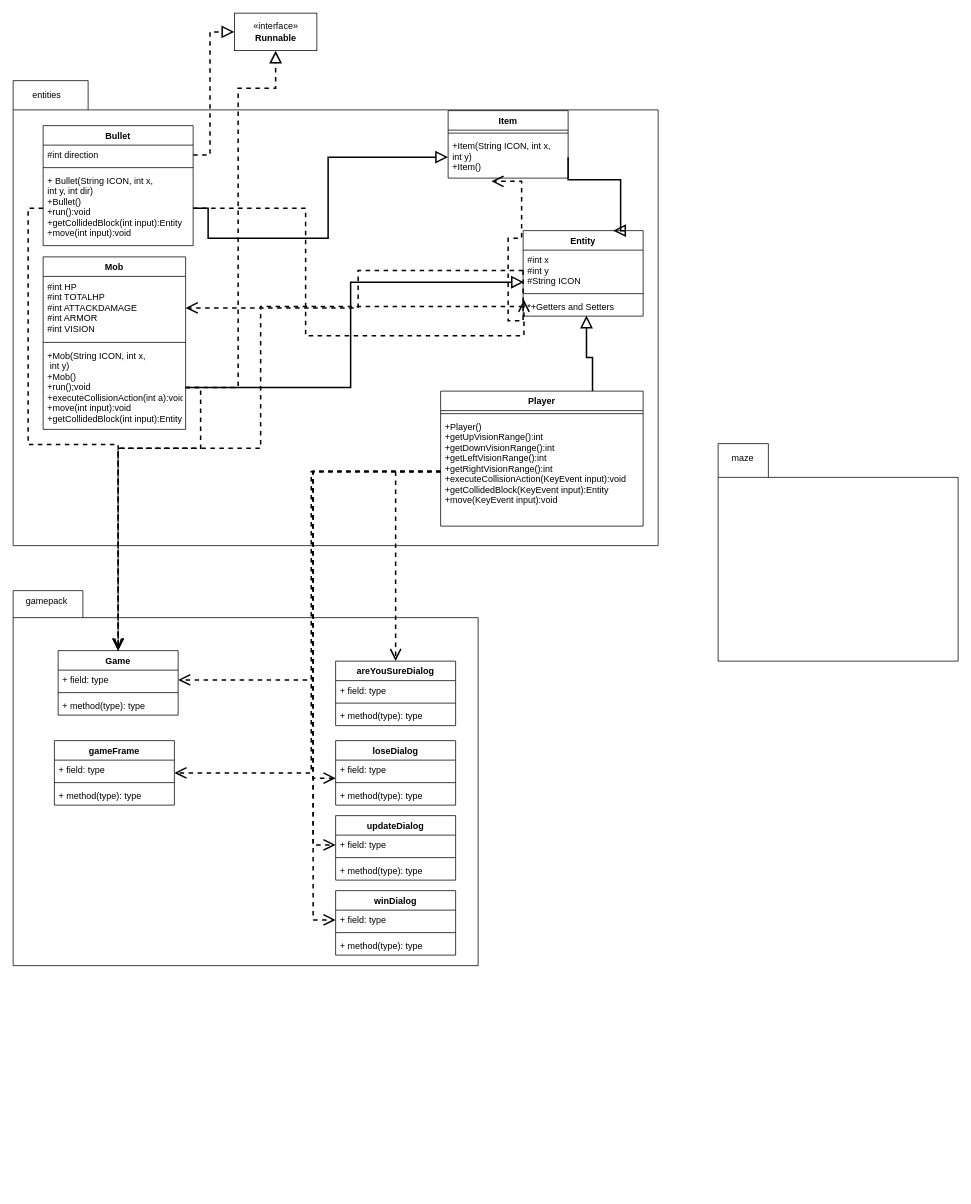
The draw.io diagram MazeRunnerDiagram.drawio in Sebulon/Analyzing_Maze_Runner, before the edit. Source tidied: cells renumbered, new cells numbered last; positions are measured from the earlier drawing's top-left corner, leaving out a move shared by most shapes. Both pictures are drawn from the tidied source at 75%, with x=0, y=0 at pixel (13, 13).
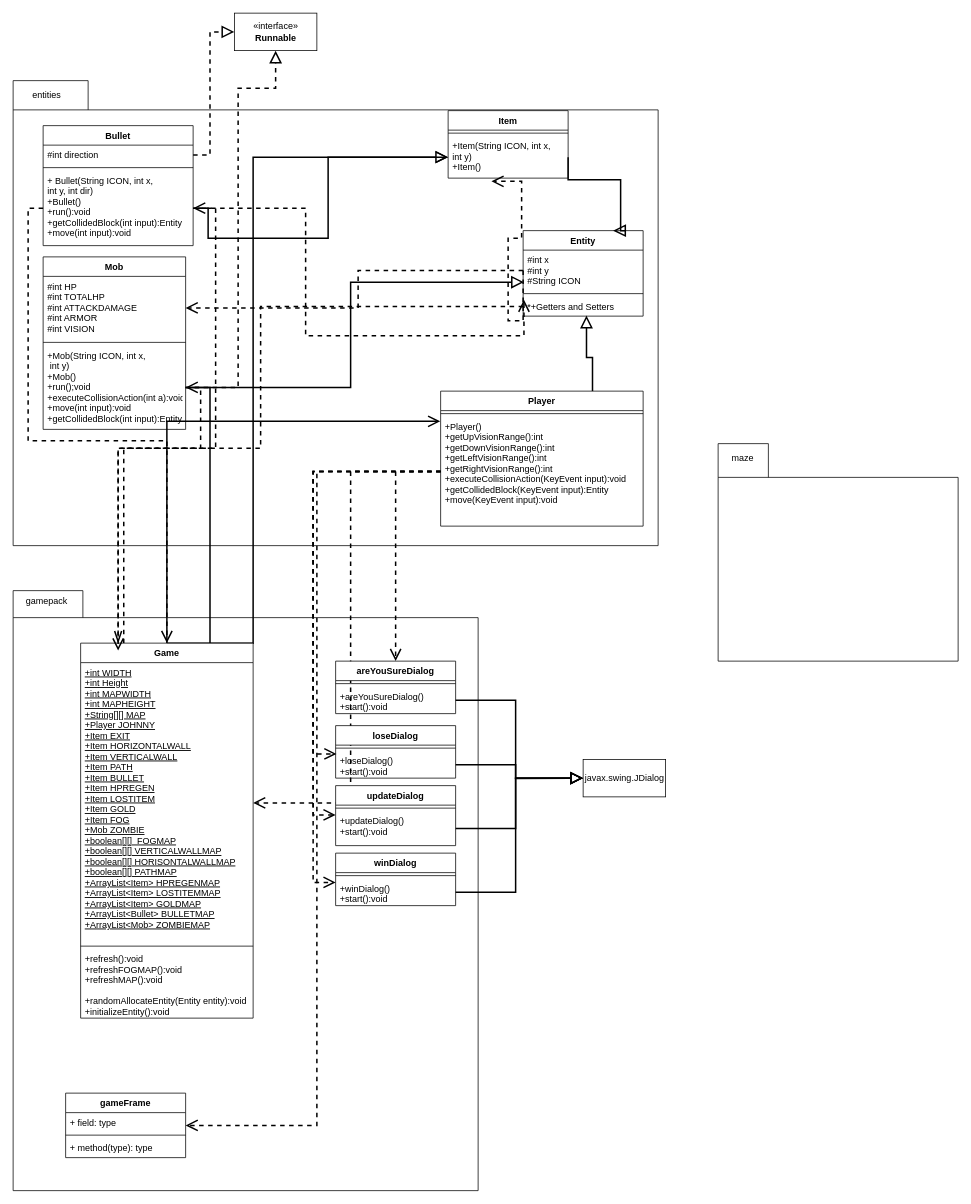
After the change.

Commit message:
Added Game and some dialogs

The change refers to these unchanged cells:
```xml
<mxCell id="12" value="+ Bullet(String ICON, int x, &#10;int y, int dir)&#10;+Bullet()&#10;+run():void&#10;+getCollidedBlock(int input):Entity&#10;+move(int input):void" style="text;strokeColor=none;fillColor=none;align=left;verticalAlign=top;spacingLeft=4;spacingRight=4;overflow=hidden;points=[[0,0.5],[1,0.5]];portConstraint=eastwest;" parent="9" vertex="1">
  <mxGeometry y="60" width="200" height="100" as="geometry" />
</mxCell>
<mxCell id="16" value="+Item(String ICON, int x,&#10;int y)&#10;+Item()" style="text;strokeColor=none;fillColor=none;align=left;verticalAlign=top;spacingLeft=4;spacingRight=4;overflow=hidden;points=[[0,0.5],[1,0.5]];portConstraint=eastwest;" parent="14" vertex="1">
  <mxGeometry y="34" width="160" height="56" as="geometry" />
</mxCell>
<mxCell id="32" value="+Mob(String ICON, int x,&#10; int y)&#10;+Mob()&#10;+run();void&#10;+executeCollisionAction(int a):void&#10;+move(int input):void&#10;+getCollidedBlock(int input):Entity" style="text;strokeColor=none;fillColor=none;align=left;verticalAlign=top;spacingLeft=4;spacingRight=4;overflow=hidden;points=[[0,0.5],[1,0.5]];portConstraint=eastwest;" parent="29" vertex="1">
  <mxGeometry y="118" width="190" height="112" as="geometry" />
</mxCell>
<mxCell id="42" value="+Player()&#10;+getUpVisionRange():int&#10;+getDownVisionRange():int&#10;+getLeftVisionRange():int&#10;+getRightVisionRange():int&#10;+executeCollisionAction(KeyEvent input):void&#10;+getCollidedBlock(KeyEvent input):Entity&#10;+move(KeyEvent input):void" style="text;strokeColor=none;fillColor=none;align=left;verticalAlign=top;spacingLeft=4;spacingRight=4;overflow=hidden;points=[[0,0.5],[1,0.5]];portConstraint=eastwest;" parent="40" vertex="1">
  <mxGeometry y="34" width="270" height="146" as="geometry" />
</mxCell>
```

What changed in the source:
```diff
@@
     <mxCell id="4" style="shape=folder;fontStyle=1;spacingTop=10;tabWidth=93;tabHeight=36;tabPosition=left;html=1;" parent="1" vertex="1">
-      <mxGeometry y="770" width="620" height="500" as="geometry" />
+      <mxGeometry y="770" width="620" height="800" as="geometry" />
     </mxCell>
@@
+    <mxCell id="69" style="edgeStyle=orthogonalEdgeStyle;rounded=0;jumpSize=6;jettySize=auto;html=1;exitX=0.5;exitY=0;exitDx=0;exitDy=0;entryX=-0.002;entryY=0.043;entryDx=0;entryDy=0;entryPerimeter=0;endArrow=open;endFill=0;endSize=12;targetPerimeterSpacing=0;strokeWidth=2;" parent="1" edge="1" source="18" target="42">
+      <mxGeometry relative="1" as="geometry" />
+    </mxCell>
+    <mxCell id="70" style="edgeStyle=orthogonalEdgeStyle;rounded=0;jumpSize=6;jettySize=auto;html=1;exitX=0.5;exitY=0;exitDx=0;exitDy=0;endArrow=open;endFill=0;endSize=12;targetPerimeterSpacing=0;strokeWidth=2;" parent="1" edge="1" source="18" target="16">
+      <mxGeometry relative="1" as="geometry">
+        <Array as="points">
+          <mxPoint x="320" y="840" />
+          <mxPoint x="320" y="192" />
+        </Array>
+      </mxGeometry>
+    </mxCell>
+    <mxCell id="71" style="edgeStyle=orthogonalEdgeStyle;rounded=0;jumpSize=6;jettySize=auto;html=1;exitX=0.75;exitY=0;exitDx=0;exitDy=0;endArrow=open;endFill=0;endSize=12;targetPerimeterSpacing=0;strokeWidth=2;" parent="1" edge="1" source="18" target="32">
+      <mxGeometry relative="1" as="geometry" />
+    </mxCell>
+    <mxCell id="72" style="edgeStyle=orthogonalEdgeStyle;rounded=0;jumpSize=6;jettySize=auto;html=1;exitX=0.25;exitY=0;exitDx=0;exitDy=0;endArrow=open;endFill=0;endSize=12;targetPerimeterSpacing=0;strokeWidth=2;dashed=1;" parent="1" edge="1" source="18" target="12">
+      <mxGeometry relative="1" as="geometry" />
+    </mxCell>
     <mxCell id="18" value="Game" style="swimlane;fontStyle=1;align=center;verticalAlign=top;horizontal=1;startSize=26;" parent="1" vertex="1">
-      <mxGeometry x="60" y="850" width="160" height="86" as="geometry" />
+      <mxGeometry x="90" y="840" width="230" height="500" as="geometry" />
     </mxCell>
-    <mxCell id="19" value="+ field: type" style="text;strokeColor=none;fillColor=none;align=left;verticalAlign=top;spacingLeft=4;spacingRight=4;overflow=hidden;points=[[0,0.5],[1,0.5]];portConstraint=eastwest;" parent="18" vertex="1">
-      <mxGeometry y="26" width="160" height="26" as="geometry" />
+    <mxCell id="19" value="+int WIDTH&#10;+int Height&#10;+int MAPWIDTH&#10;+int MAPHEIGHT&#10;+String[][] MAP&#10;+Player JOHNNY&#10;+Item EXIT&#10;+Item HORIZONTALWALL&#10;+Item VERTICALWALL&#10;+Item PATH&#10;+Item BULLET&#10;+Item HPREGEN&#10;+Item LOSTITEM&#10;+Item GOLD&#10;+Item FOG&#10;+Mob ZOMBIE&#10;+boolean[][]  FOGMAP&#10;+boolean[][] VERTICALWALLMAP&#10;+boolean[][] HORISONTALWALLMAP&#10;+boolean[][] PATHMAP&#10;+ArrayList&lt;Item&gt; HPREGENMAP&#10;+ArrayList&lt;Item&gt; LOSTITEMMAP&#10;+ArrayList&lt;Item&gt; GOLDMAP&#10;+ArrayList&lt;Bullet&gt; BULLETMAP&#10;+ArrayList&lt;Mob&gt; ZOMBIEMAP" style="text;strokeColor=none;fillColor=none;align=left;verticalAlign=top;spacingLeft=4;spacingRight=4;overflow=hidden;points=[[0,0.5],[1,0.5]];portConstraint=eastwest;fontStyle=4;" parent="18" vertex="1">
+      <mxGeometry y="26" width="230" height="374" as="geometry" />
     </mxCell>
     <mxCell id="20" style="line;strokeWidth=1;fillColor=none;align=left;verticalAlign=middle;spacingTop=-1;spacingLeft=3;spacingRight=3;labelPosition=right;" parent="18" vertex="1">
-      <mxGeometry y="52" width="160" height="8" as="geometry" />
+      <mxGeometry y="400" width="230" height="8" as="geometry" />
     </mxCell>
-    <mxCell id="21" value="+ method(type): type" style="text;strokeColor=none;fillColor=none;align=left;verticalAlign=top;spacingLeft=4;spacingRight=4;overflow=hidden;" parent="18" vertex="1">
-      <mxGeometry y="60" width="160" height="26" as="geometry" />
+    <mxCell id="21" value="+refresh():void&#10;+refreshFOGMAP():void&#10;+refreshMAP():void&#10;&#10;+randomAllocateEntity(Entity entity):void&#10;+initializeEntity():void" style="text;strokeColor=none;fillColor=none;align=left;verticalAlign=top;spacingLeft=4;spacingRight=4;overflow=hidden;fontStyle=0;" parent="18" vertex="1">
+      <mxGeometry y="408" width="230" height="92" as="geometry" />
     </mxCell>
@@
-    <mxCell id="36" style="edgeStyle=orthogonalEdgeStyle;rounded=0;jumpSize=6;jettySize=auto;html=1;exitX=1;exitY=0.5;exitDx=0;exitDy=0;dashed=1;endArrow=openThin;endFill=0;endSize=12;targetPerimeterSpacing=0;strokeWidth=2;" parent="1" edge="1" source="32">
+    <mxCell id="36" style="edgeStyle=orthogonalEdgeStyle;rounded=0;jumpSize=6;jettySize=auto;html=1;exitX=1;exitY=0.5;exitDx=0;exitDy=0;dashed=1;endArrow=openThin;endFill=0;endSize=12;targetPerimeterSpacing=0;strokeWidth=2;" parent="1" edge="1" source="32" target="18">
       <mxGeometry relative="1" as="geometry">
-        <mxPoint x="140" y="850" as="targetPoint" />
         <Array as="points">
           <mxPoint x="250" y="499" />
           <mxPoint x="250" y="580" />
           <mxPoint x="140" y="580" />
         </Array>
       </mxGeometry>
     </mxCell>
@@
     <mxCell id="44" value="areYouSureDialog" style="swimlane;fontStyle=1;align=center;verticalAlign=top;horizontal=1;startSize=26;" parent="1" vertex="1">
-      <mxGeometry x="430" y="864" width="160" height="86" as="geometry" />
+      <mxGeometry x="430" y="864" width="160" height="70" as="geometry" />
     </mxCell>
-    <mxCell id="45" value="+ field: type" style="text;strokeColor=none;fillColor=none;align=left;verticalAlign=top;spacingLeft=4;spacingRight=4;overflow=hidden;" parent="44" vertex="1">
-      <mxGeometry y="26" width="160" height="26" as="geometry" />
-    </mxCell>
     <mxCell id="46" style="line;strokeWidth=1;fillColor=none;align=left;verticalAlign=middle;spacingTop=-1;spacingLeft=3;spacingRight=3;labelPosition=right;" parent="44" vertex="1">
-      <mxGeometry y="52" width="160" height="8" as="geometry" />
+      <mxGeometry y="26" width="160" height="8" as="geometry" />
     </mxCell>
-    <mxCell id="47" value="+ method(type): type" style="text;strokeColor=none;fillColor=none;align=left;verticalAlign=top;spacingLeft=4;spacingRight=4;overflow=hidden;points=[[0,0.5],[1,0.5]];portConstraint=eastwest;" parent="44" vertex="1">
-      <mxGeometry y="60" width="160" height="26" as="geometry" />
+    <mxCell id="47" value="+areYouSureDialog()&#10;+start():void" style="text;strokeColor=none;fillColor=none;align=left;verticalAlign=top;spacingLeft=4;spacingRight=4;overflow=hidden;points=[[0,0.5],[1,0.5]];portConstraint=eastwest;" parent="44" vertex="1">
+      <mxGeometry y="34" width="160" height="36" as="geometry" />
     </mxCell>
@@
     <mxCell id="49" value="loseDialog&#10;" style="swimlane;fontStyle=1;align=center;verticalAlign=top;horizontal=1;startSize=26;" parent="1" vertex="1">
-      <mxGeometry x="430" y="970" width="160" height="86" as="geometry" />
+      <mxGeometry x="430" y="950" width="160" height="70" as="geometry" />
     </mxCell>
-    <mxCell id="50" value="+ field: type" style="text;strokeColor=none;fillColor=none;align=left;verticalAlign=top;spacingLeft=4;spacingRight=4;overflow=hidden;" parent="49" vertex="1">
-      <mxGeometry y="26" width="160" height="26" as="geometry" />
-    </mxCell>
     <mxCell id="51" style="line;strokeWidth=1;fillColor=none;align=left;verticalAlign=middle;spacingTop=-1;spacingLeft=3;spacingRight=3;labelPosition=right;" parent="49" vertex="1">
-      <mxGeometry y="52" width="160" height="8" as="geometry" />
+      <mxGeometry y="26" width="160" height="8" as="geometry" />
     </mxCell>
-    <mxCell id="52" value="+ method(type): type" style="text;strokeColor=none;fillColor=none;align=left;verticalAlign=top;spacingLeft=4;spacingRight=4;overflow=hidden;points=[[0,0.5],[1,0.5]];portConstraint=eastwest;" parent="49" vertex="1">
-      <mxGeometry y="60" width="160" height="26" as="geometry" />
+    <mxCell id="52" value="+loseDialog()&#10;+start():void" style="text;strokeColor=none;fillColor=none;align=left;verticalAlign=top;spacingLeft=4;spacingRight=4;overflow=hidden;points=[[0,0.5],[1,0.5]];portConstraint=eastwest;" parent="49" vertex="1">
+      <mxGeometry y="34" width="160" height="36" as="geometry" />
     </mxCell>
-    <mxCell id="53" style="edgeStyle=orthogonalEdgeStyle;rounded=0;jumpSize=6;jettySize=auto;html=1;exitX=0;exitY=0.5;exitDx=0;exitDy=0;dashed=1;endArrow=open;endFill=0;endSize=12;targetPerimeterSpacing=0;strokeWidth=2;" parent="1" edge="1" source="42">
+    <mxCell id="53" style="edgeStyle=orthogonalEdgeStyle;rounded=0;jumpSize=6;jettySize=auto;html=1;exitX=0;exitY=0.5;exitDx=0;exitDy=0;dashed=1;endArrow=open;endFill=0;endSize=12;targetPerimeterSpacing=0;strokeWidth=2;entryX=0.007;entryY=0.102;entryDx=0;entryDy=0;entryPerimeter=0;" parent="1" edge="1" source="42" target="52">
       <mxGeometry relative="1" as="geometry">
-        <mxPoint x="430" y="1020" as="targetPoint" />
         <Array as="points">
           <mxPoint x="400" y="611" />
-          <mxPoint x="400" y="1020" />
+          <mxPoint x="400" y="988" />
         </Array>
       </mxGeometry>
     </mxCell>
     <mxCell id="54" value="gameFrame" style="swimlane;fontStyle=1;align=center;verticalAlign=top;horizontal=1;startSize=26;" parent="1" vertex="1">
-      <mxGeometry x="55" y="970" width="160" height="86" as="geometry" />
+      <mxGeometry x="70" y="1440" width="160" height="86" as="geometry" />
     </mxCell>
@@
     <mxCell id="59" value="updateDialog" style="swimlane;fontStyle=1;align=center;verticalAlign=top;horizontal=1;startSize=26;" parent="1" vertex="1">
-      <mxGeometry x="430" y="1070" width="160" height="86" as="geometry" />
+      <mxGeometry x="430" y="1030" width="160" height="80" as="geometry" />
     </mxCell>
-    <mxCell id="60" value="+ field: type" style="text;strokeColor=none;fillColor=none;align=left;verticalAlign=top;spacingLeft=4;spacingRight=4;overflow=hidden;points=[[0,0.5],[1,0.5]];portConstraint=eastwest;" parent="59" vertex="1">
-      <mxGeometry y="26" width="160" height="26" as="geometry" />
-    </mxCell>
     <mxCell id="61" style="line;strokeWidth=1;fillColor=none;align=left;verticalAlign=middle;spacingTop=-1;spacingLeft=3;spacingRight=3;labelPosition=right;" parent="59" vertex="1">
-      <mxGeometry y="52" width="160" height="8" as="geometry" />
+      <mxGeometry y="26" width="160" height="8" as="geometry" />
     </mxCell>
-    <mxCell id="62" value="+ method(type): type" style="text;strokeColor=none;fillColor=none;align=left;verticalAlign=top;spacingLeft=4;spacingRight=4;overflow=hidden;points=[[0,0.5],[1,0.5]];portConstraint=eastwest;" parent="59" vertex="1">
-      <mxGeometry y="60" width="160" height="26" as="geometry" />
+    <mxCell id="62" value="+updateDialog()&#10;+start():void" style="text;strokeColor=none;fillColor=none;align=left;verticalAlign=top;spacingLeft=4;spacingRight=4;overflow=hidden;points=[[0,0.5],[1,0.5]];portConstraint=eastwest;" parent="59" vertex="1">
+      <mxGeometry y="34" width="160" height="46" as="geometry" />
     </mxCell>
-    <mxCell id="63" style="edgeStyle=orthogonalEdgeStyle;rounded=0;jumpSize=6;jettySize=auto;html=1;exitX=0;exitY=0.5;exitDx=0;exitDy=0;entryX=0;entryY=0.5;entryDx=0;entryDy=0;dashed=1;endArrow=open;endFill=0;endSize=12;targetPerimeterSpacing=0;strokeWidth=2;" parent="1" edge="1" source="42" target="60">
-      <mxGeometry relative="1" as="geometry" />
+    <mxCell id="63" style="edgeStyle=orthogonalEdgeStyle;rounded=0;jumpSize=6;jettySize=auto;html=1;exitX=0;exitY=0.5;exitDx=0;exitDy=0;entryX=0;entryY=0.5;entryDx=0;entryDy=0;dashed=1;endArrow=open;endFill=0;endSize=12;targetPerimeterSpacing=0;strokeWidth=2;" parent="1" edge="1" source="42">
+      <mxGeometry relative="1" as="geometry">
+        <mxPoint x="430" y="1069" as="targetPoint" />
+        <Array as="points">
+          <mxPoint x="400" y="611" />
+          <mxPoint x="400" y="1069" />
+        </Array>
+      </mxGeometry>
     </mxCell>
     <mxCell id="64" value="winDialog" style="swimlane;fontStyle=1;align=center;verticalAlign=top;horizontal=1;startSize=26;" parent="1" vertex="1">
-      <mxGeometry x="430" y="1170" width="160" height="86" as="geometry" />
+      <mxGeometry x="430" y="1120" width="160" height="70" as="geometry" />
     </mxCell>
-    <mxCell id="65" value="+ field: type" style="text;strokeColor=none;fillColor=none;align=left;verticalAlign=top;spacingLeft=4;spacingRight=4;overflow=hidden;points=[[0,0.5],[1,0.5]];portConstraint=eastwest;" parent="64" vertex="1">
-      <mxGeometry y="26" width="160" height="26" as="geometry" />
-    </mxCell>
     <mxCell id="66" style="line;strokeWidth=1;fillColor=none;align=left;verticalAlign=middle;spacingTop=-1;spacingLeft=3;spacingRight=3;labelPosition=right;" parent="64" vertex="1">
-      <mxGeometry y="52" width="160" height="8" as="geometry" />
+      <mxGeometry y="26" width="160" height="8" as="geometry" />
     </mxCell>
-    <mxCell id="67" value="+ method(type): type" style="text;strokeColor=none;fillColor=none;align=left;verticalAlign=top;spacingLeft=4;spacingRight=4;overflow=hidden;points=[[0,0.5],[1,0.5]];portConstraint=eastwest;" parent="64" vertex="1">
-      <mxGeometry y="60" width="160" height="26" as="geometry" />
+    <mxCell id="67" value="+winDialog()&#10;+start():void" style="text;strokeColor=none;fillColor=none;align=left;verticalAlign=top;spacingLeft=4;spacingRight=4;overflow=hidden;points=[[0,0.5],[1,0.5]];portConstraint=eastwest;" parent="64" vertex="1">
+      <mxGeometry y="34" width="160" height="36" as="geometry" />
     </mxCell>
-    <mxCell id="68" style="edgeStyle=orthogonalEdgeStyle;rounded=0;jumpSize=6;jettySize=auto;html=1;exitX=0;exitY=0.5;exitDx=0;exitDy=0;entryX=0;entryY=0.5;entryDx=0;entryDy=0;dashed=1;endArrow=open;endFill=0;endSize=12;targetPerimeterSpacing=0;strokeWidth=2;" parent="1" edge="1" source="42" target="65">
-      <mxGeometry relative="1" as="geometry" />
+    <mxCell id="68" style="edgeStyle=orthogonalEdgeStyle;rounded=0;jumpSize=6;jettySize=auto;html=1;exitX=0;exitY=0.5;exitDx=0;exitDy=0;entryX=0;entryY=0.5;entryDx=0;entryDy=0;dashed=1;endArrow=open;endFill=0;endSize=12;targetPerimeterSpacing=0;strokeWidth=2;" parent="1" edge="1" source="42">
+      <mxGeometry relative="1" as="geometry">
+        <mxPoint x="430" y="1159" as="targetPoint" />
+        <Array as="points">
+          <mxPoint x="400" y="611" />
+          <mxPoint x="400" y="1159" />
+        </Array>
+      </mxGeometry>
     </mxCell>
+    <mxCell id="73" value="javax.swing.JDialog" style="html=1;" parent="1" vertex="1">
+      <mxGeometry x="760" y="995" width="110" height="50" as="geometry" />
+    </mxCell>
+    <mxCell id="74" style="edgeStyle=orthogonalEdgeStyle;rounded=0;jumpSize=6;jettySize=auto;html=1;exitX=1;exitY=0.5;exitDx=0;exitDy=0;entryX=0;entryY=0.5;entryDx=0;entryDy=0;endArrow=block;endFill=0;endSize=12;targetPerimeterSpacing=0;strokeWidth=2;" parent="1" edge="1" source="47" target="73">
+      <mxGeometry relative="1" as="geometry" />
+    </mxCell>
+    <mxCell id="75" style="edgeStyle=orthogonalEdgeStyle;rounded=0;jumpSize=6;jettySize=auto;html=1;exitX=1;exitY=0.5;exitDx=0;exitDy=0;endArrow=block;endFill=0;endSize=12;targetPerimeterSpacing=0;strokeWidth=2;" parent="1" edge="1" source="52">
+      <mxGeometry relative="1" as="geometry">
+        <mxPoint x="760" y="1020" as="targetPoint" />
+      </mxGeometry>
+    </mxCell>
+    <mxCell id="76" style="edgeStyle=orthogonalEdgeStyle;rounded=0;jumpSize=6;jettySize=auto;html=1;exitX=1;exitY=0.5;exitDx=0;exitDy=0;endArrow=block;endFill=0;endSize=12;targetPerimeterSpacing=0;strokeWidth=2;" parent="1" edge="1" source="62">
+      <mxGeometry relative="1" as="geometry">
+        <mxPoint x="760" y="1020" as="targetPoint" />
+        <Array as="points">
+          <mxPoint x="670" y="1087" />
+          <mxPoint x="670" y="1020" />
+        </Array>
+      </mxGeometry>
+    </mxCell>
+    <mxCell id="77" style="edgeStyle=orthogonalEdgeStyle;rounded=0;jumpSize=6;jettySize=auto;html=1;exitX=1;exitY=0.5;exitDx=0;exitDy=0;endArrow=block;endFill=0;endSize=12;targetPerimeterSpacing=0;strokeWidth=2;" parent="1" edge="1" source="67">
+      <mxGeometry relative="1" as="geometry">
+        <mxPoint x="760" y="1020" as="targetPoint" />
+        <Array as="points">
+          <mxPoint x="670" y="1172" />
+          <mxPoint x="670" y="1020" />
+        </Array>
+      </mxGeometry>
+    </mxCell>
```
